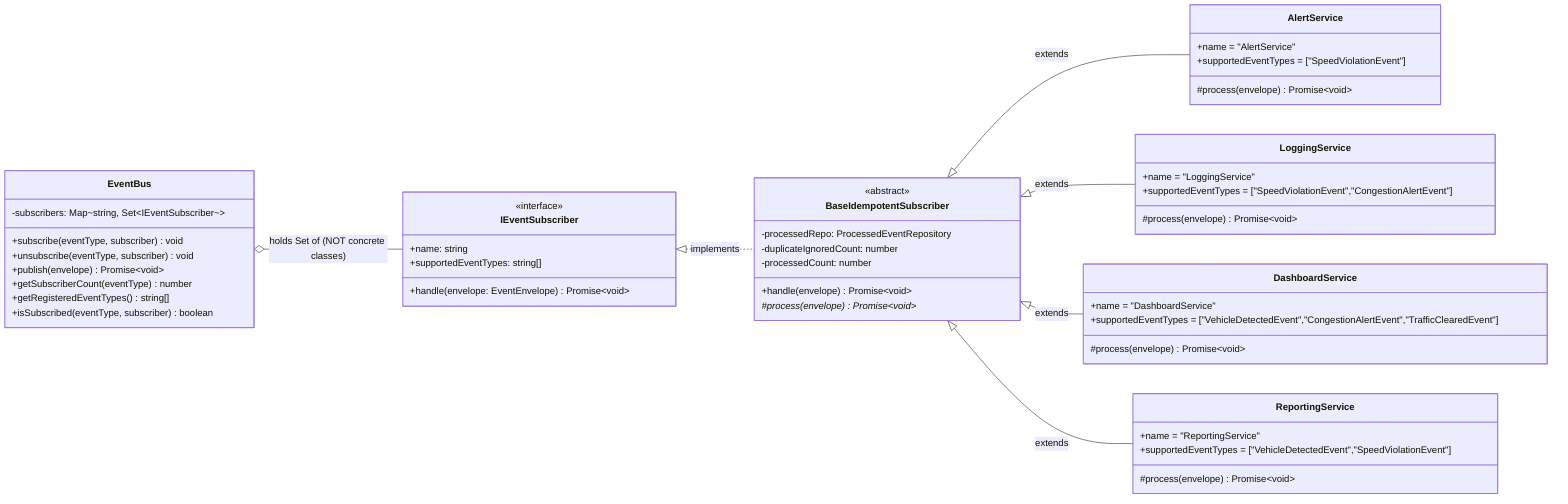
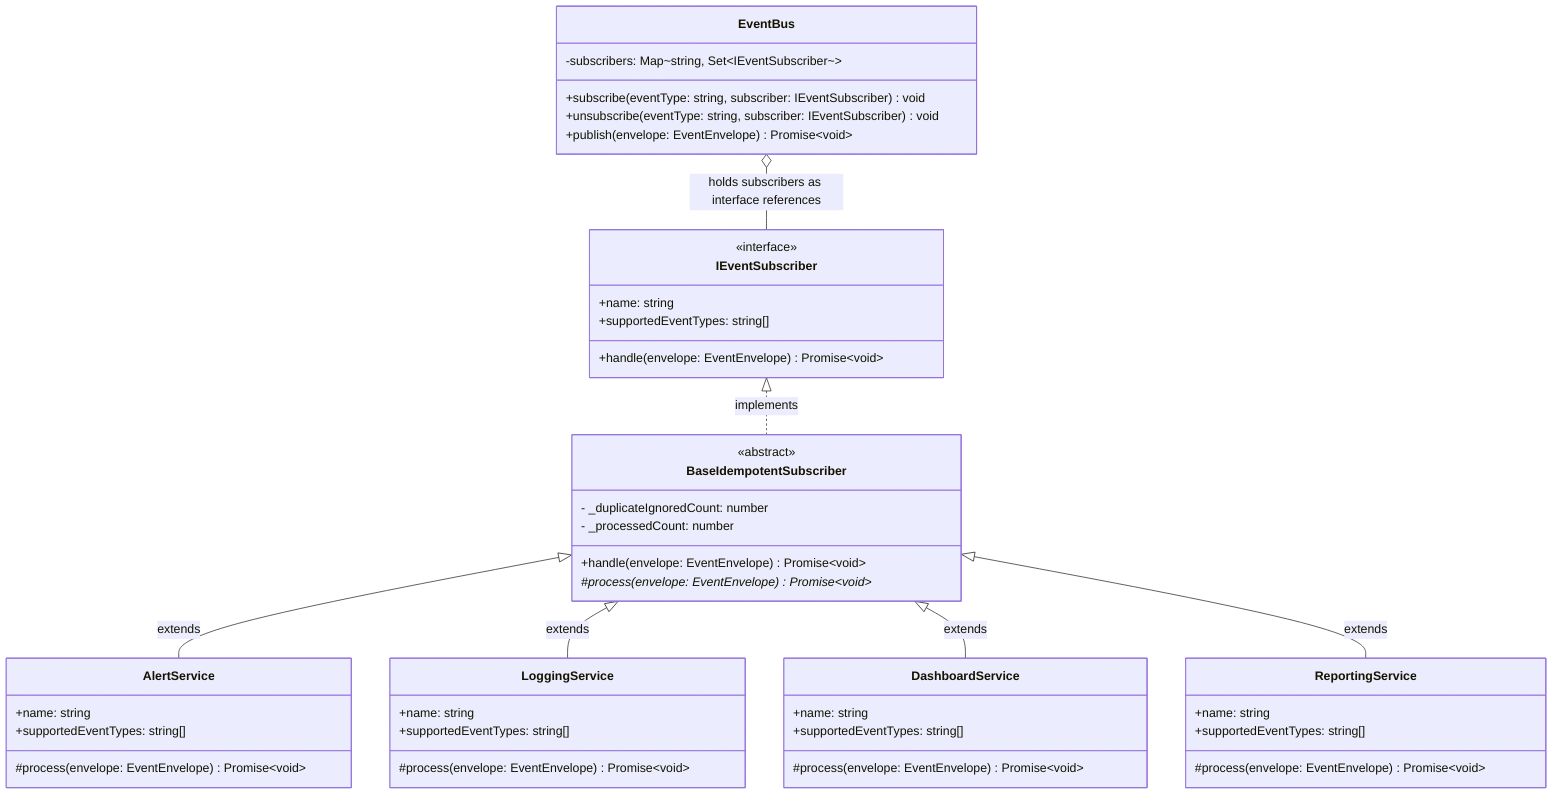
classDiagram
-     direction LR
+     direction TB

    class IEventSubscriber {
        <<interface>>
        +name: string
        +supportedEventTypes: string[]
        +handle(envelope: EventEnvelope) Promise~void~
    }

    class BaseIdempotentSubscriber {
        <<abstract>>
-         -processedRepo: ProcessedEventRepository
-         -duplicateIgnoredCount: number
-         -processedCount: number
-         +handle(envelope) Promise~void~
-         #process(envelope)* Promise~void~
+         - _duplicateIgnoredCount: number
+         - _processedCount: number
+         +handle(envelope: EventEnvelope) Promise~void~
+         #process(envelope: EventEnvelope)* Promise~void~
    }

    class EventBus {
        -subscribers: Map~string, Set~IEventSubscriber~~
-         +subscribe(eventType, subscriber) void
-         +unsubscribe(eventType, subscriber) void
-         +publish(envelope) Promise~void~
-         +getSubscriberCount(eventType) number
-         +getRegisteredEventTypes() string[]
-         +isSubscribed(eventType, subscriber) boolean
+         +subscribe(eventType: string, subscriber: IEventSubscriber) void
+         +unsubscribe(eventType: string, subscriber: IEventSubscriber) void
+         +publish(envelope: EventEnvelope) Promise~void~
    }

    class AlertService {
-         +name = "AlertService"
-         +supportedEventTypes = ["SpeedViolationEvent"]
-         #process(envelope) Promise~void~
+         +name: string
+         +supportedEventTypes: string[]
+         #process(envelope: EventEnvelope) Promise~void~
    }

    class LoggingService {
-         +name = "LoggingService"
-         +supportedEventTypes = ["SpeedViolationEvent","CongestionAlertEvent"]
-         #process(envelope) Promise~void~
+         +name: string
+         +supportedEventTypes: string[]
+         #process(envelope: EventEnvelope) Promise~void~
    }

    class DashboardService {
-         +name = "DashboardService"
-         +supportedEventTypes = ["VehicleDetectedEvent","CongestionAlertEvent","TrafficClearedEvent"]
-         #process(envelope) Promise~void~
+         +name: string
+         +supportedEventTypes: string[]
+         #process(envelope: EventEnvelope) Promise~void~
    }

    class ReportingService {
-         +name = "ReportingService"
-         +supportedEventTypes = ["VehicleDetectedEvent","SpeedViolationEvent"]
-         #process(envelope) Promise~void~
+         +name: string
+         +supportedEventTypes: string[]
+         #process(envelope: EventEnvelope) Promise~void~
    }

    IEventSubscriber <|.. BaseIdempotentSubscriber : implements
    BaseIdempotentSubscriber <|-- AlertService : extends
    BaseIdempotentSubscriber <|-- LoggingService : extends
    BaseIdempotentSubscriber <|-- DashboardService : extends
    BaseIdempotentSubscriber <|-- ReportingService : extends
-     EventBus o-- IEventSubscriber : holds Set of (NOT concrete classes)+     EventBus o-- IEventSubscriber : holds subscribers as interface references